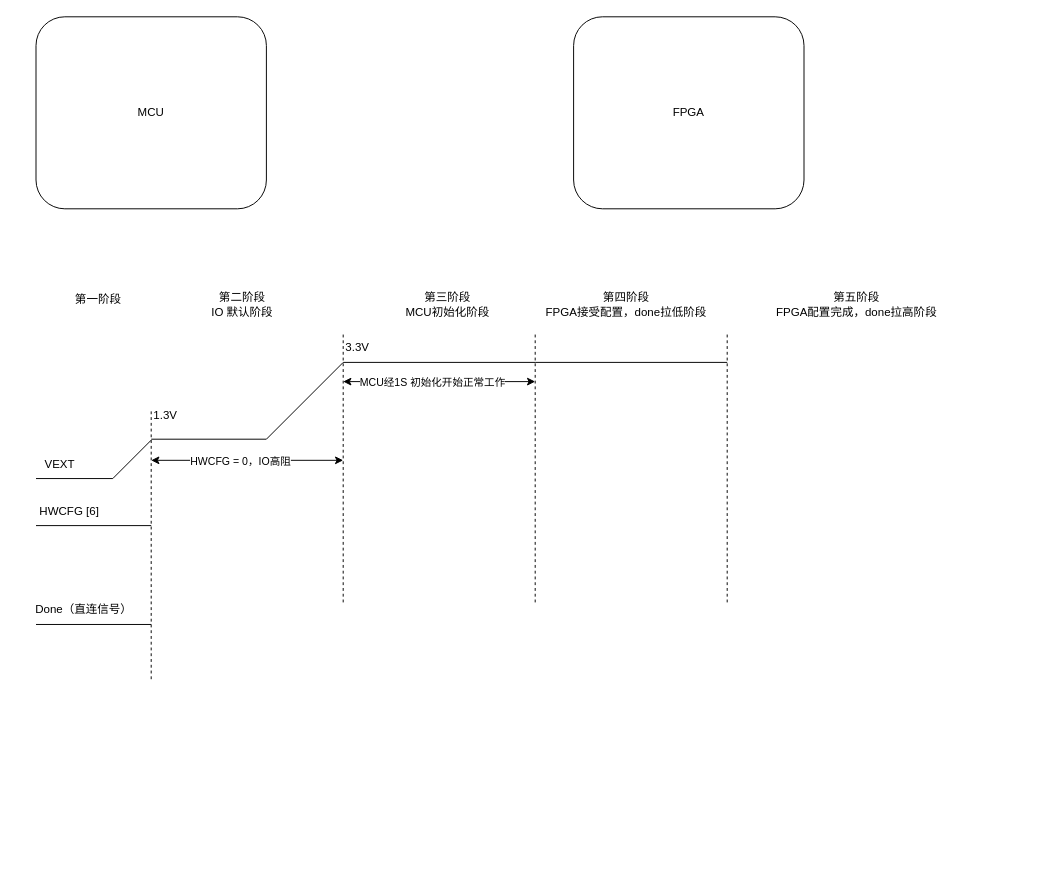
This is A11-IO系统测试.drawio from shenwangchong/learngit, a draw.io file, before an edit. Source tidied: cells renumbered, new cells numbered last; positions are measured from the earlier drawing's top-left corner, leaving out a move shared by most shapes. Both pictures are drawn from the tidied source at 96%, with x=0, y=0 at pixel (26, 16).
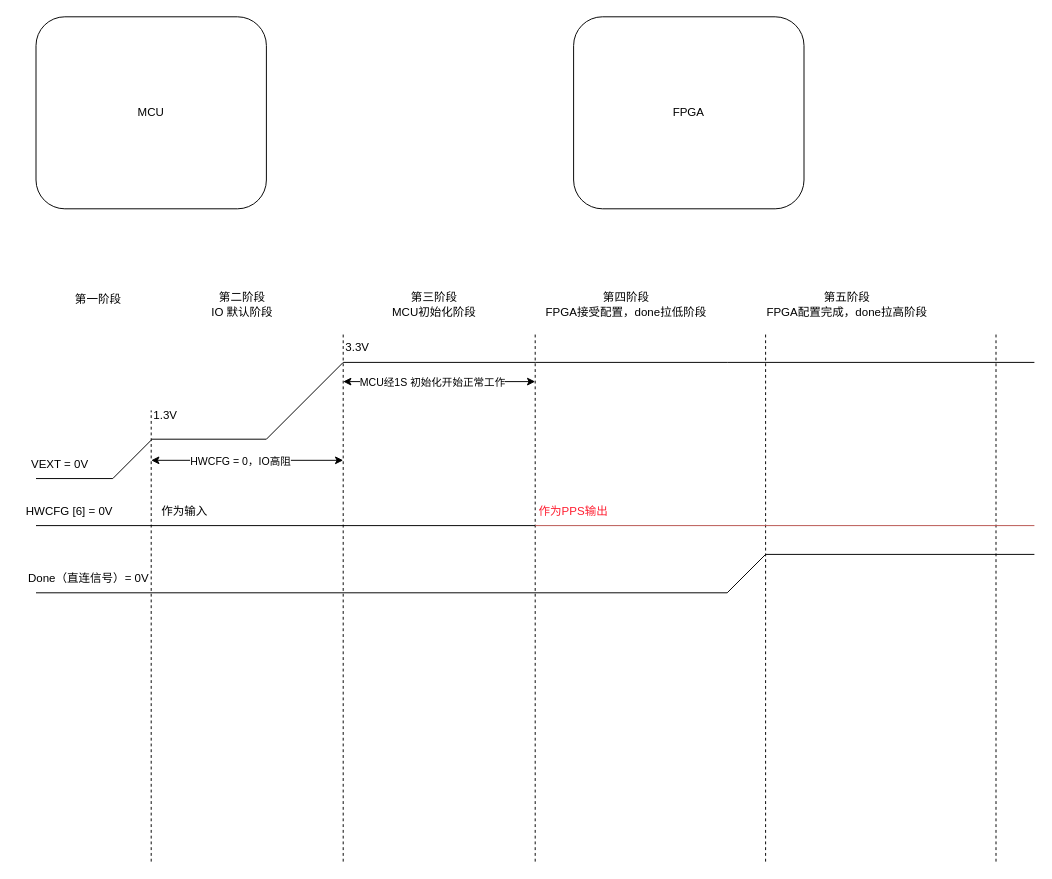
After the change.

Commit message:
更新A11-IO系统测试.drawio

Change to the diagram source:
```diff
@@
     <mxCell id="7" style="endArrow=none;dashed=1;html=1;rounded=0;" parent="1" edge="1">
       <mxGeometry relative="1" as="geometry">
-        <mxPoint x="130" y="690" as="sourcePoint" />
+        <mxPoint x="130" y="880" as="sourcePoint" />
         <mxPoint x="130" y="410" as="targetPoint" />
       </mxGeometry>
     </mxCell>
@@
-    <mxCell id="9" value="VEXT" style="text;html=1;whiteSpace=wrap;strokeColor=none;fillColor=none;align=center;verticalAlign=middle;rounded=0;" parent="1" vertex="1">
-      <mxGeometry x="10" y="451" width="50" height="30" as="geometry" />
+    <mxCell id="9" value="VEXT = 0V" style="text;html=1;whiteSpace=wrap;strokeColor=none;fillColor=none;align=center;verticalAlign=middle;rounded=0;" parent="1" vertex="1">
+      <mxGeometry x="-5" y="451" width="80" height="30" as="geometry" />
     </mxCell>
@@
     <mxCell id="14" style="endArrow=none;dashed=1;html=1;rounded=0;" parent="1" edge="1">
       <mxGeometry relative="1" as="geometry">
-        <mxPoint x="330" y="610" as="sourcePoint" />
+        <mxPoint x="330" y="880" as="sourcePoint" />
         <mxPoint x="330" y="330" as="targetPoint" />
       </mxGeometry>
     </mxCell>
@@
     <mxCell id="16" style="endArrow=none;html=1;rounded=0;" parent="1" edge="1">
       <mxGeometry relative="1" as="geometry">
-        <mxPoint x="10" y="633" as="sourcePoint" />
-        <mxPoint x="130" y="633" as="targetPoint" />
+        <mxPoint x="10" y="600" as="sourcePoint" />
+        <mxPoint x="730" y="600" as="targetPoint" />
       </mxGeometry>
     </mxCell>
-    <mxCell id="17" value="Done（直连信号）" style="text;html=1;whiteSpace=wrap;strokeColor=none;fillColor=none;align=center;verticalAlign=middle;rounded=0;" parent="1" vertex="1">
-      <mxGeometry y="603" width="120" height="30" as="geometry" />
+    <mxCell id="17" value="Done（直连信号）= 0V" style="text;html=1;whiteSpace=wrap;strokeColor=none;fillColor=none;align=center;verticalAlign=middle;rounded=0;" parent="1" vertex="1">
+      <mxGeometry x="-10" y="570" width="150" height="30" as="geometry" />
     </mxCell>
@@
     <mxCell id="20" style="endArrow=none;html=1;rounded=0;" parent="1" edge="1">
       <mxGeometry relative="1" as="geometry">
         <mxPoint x="10" y="530" as="sourcePoint" />
-        <mxPoint x="130" y="530" as="targetPoint" />
+        <mxPoint x="530" y="530" as="targetPoint" />
       </mxGeometry>
     </mxCell>
-    <mxCell id="21" value="HWCFG [6]" style="text;html=1;whiteSpace=wrap;strokeColor=none;fillColor=none;align=center;verticalAlign=middle;rounded=0;" parent="1" vertex="1">
-      <mxGeometry y="500" width="90" height="30" as="geometry" />
+    <mxCell id="21" value="HWCFG [6] = 0V" style="text;html=1;whiteSpace=wrap;strokeColor=none;fillColor=none;align=center;verticalAlign=middle;rounded=0;" parent="1" vertex="1">
+      <mxGeometry x="-10" y="500" width="110" height="30" as="geometry" />
     </mxCell>
     <mxCell id="22" style="endArrow=none;dashed=1;html=1;rounded=0;" parent="1" edge="1">
       <mxGeometry relative="1" as="geometry">
-        <mxPoint x="530" y="610" as="sourcePoint" />
+        <mxPoint x="530" y="880" as="sourcePoint" />
         <mxPoint x="530" y="330" as="targetPoint" />
       </mxGeometry>
     </mxCell>
@@
     <mxCell id="25" value="第三阶段&lt;div&gt;MCU初始化阶段&lt;/div&gt;" style="text;html=1;whiteSpace=wrap;strokeColor=none;fillColor=none;align=center;verticalAlign=middle;rounded=0;" parent="1" vertex="1">
-      <mxGeometry x="384" y="280" width="110" height="40" as="geometry" />
+      <mxGeometry x="370" y="280" width="110" height="40" as="geometry" />
     </mxCell>
@@
     <mxCell id="28" style="endArrow=none;dashed=1;html=1;rounded=0;" parent="1" edge="1">
       <mxGeometry relative="1" as="geometry">
-        <mxPoint x="730" y="610" as="sourcePoint" />
-        <mxPoint x="730" y="330" as="targetPoint" />
+        <mxPoint x="770" y="880" as="sourcePoint" />
+        <mxPoint x="770" y="330" as="targetPoint" />
       </mxGeometry>
     </mxCell>
     <mxCell id="29" value="第五阶段&lt;div&gt;FPGA配置完成，done拉高阶段&lt;/div&gt;" style="text;html=1;whiteSpace=wrap;strokeColor=none;fillColor=none;align=center;verticalAlign=middle;rounded=0;" parent="1" vertex="1">
-      <mxGeometry x="770" y="280" width="190" height="40" as="geometry" />
+      <mxGeometry x="760" y="280" width="190" height="40" as="geometry" />
     </mxCell>
+    <mxCell id="30" style="endArrow=none;dashed=1;html=1;rounded=0;" parent="1" edge="1">
+      <mxGeometry relative="1" as="geometry">
+        <mxPoint x="1010" y="880" as="sourcePoint" />
+        <mxPoint x="1010" y="330" as="targetPoint" />
+      </mxGeometry>
+    </mxCell>
+    <mxCell id="31" style="endArrow=none;html=1;rounded=0;" parent="1" edge="1">
+      <mxGeometry relative="1" as="geometry">
+        <mxPoint x="730" y="360" as="sourcePoint" />
+        <mxPoint x="1050" y="360" as="targetPoint" />
+      </mxGeometry>
+    </mxCell>
+    <mxCell id="32" style="endArrow=none;html=1;rounded=0;fillColor=#f8cecc;strokeColor=#b85450;" parent="1" edge="1">
+      <mxGeometry relative="1" as="geometry">
+        <mxPoint x="530" y="530" as="sourcePoint" />
+        <mxPoint x="1050" y="530" as="targetPoint" />
+      </mxGeometry>
+    </mxCell>
+    <mxCell id="33" value="作为输入" style="text;html=1;whiteSpace=wrap;strokeColor=none;fillColor=none;align=center;verticalAlign=middle;rounded=0;" parent="1" vertex="1">
+      <mxGeometry x="130" y="500" width="70" height="30" as="geometry" />
+    </mxCell>
+    <mxCell id="34" value="&lt;span style=&quot;color: rgb(255, 29, 48);&quot;&gt;作为PPS输出&lt;/span&gt;" style="text;html=1;whiteSpace=wrap;strokeColor=none;fillColor=none;align=center;verticalAlign=middle;rounded=0;" parent="1" vertex="1">
+      <mxGeometry x="520" y="500" width="100" height="30" as="geometry" />
+    </mxCell>
+    <mxCell id="35" style="endArrow=none;html=1;rounded=0;" parent="1" edge="1">
+      <mxGeometry relative="1" as="geometry">
+        <mxPoint x="730" y="600" as="sourcePoint" />
+        <mxPoint x="770" y="560" as="targetPoint" />
+      </mxGeometry>
+    </mxCell>
+    <mxCell id="36" style="endArrow=none;html=1;rounded=0;" parent="1" edge="1">
+      <mxGeometry relative="1" as="geometry">
+        <mxPoint x="770" y="560" as="sourcePoint" />
+        <mxPoint x="1050" y="560" as="targetPoint" />
+      </mxGeometry>
+    </mxCell>
```
